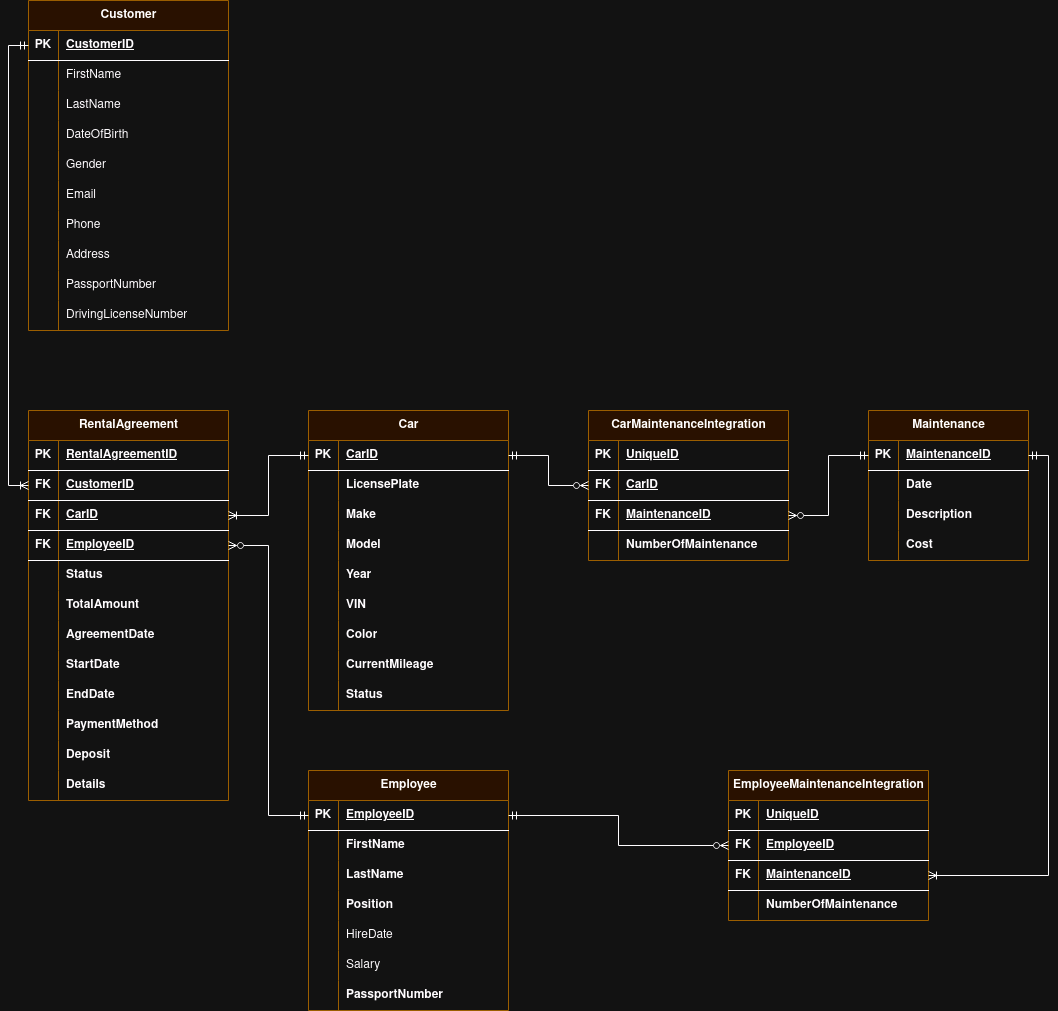
Above: logic_model.drawio.png in Dimkiss/MyDB (draw.io), before the change. Source tidied: cells renumbered, new cells last; positions are measured from the earlier drawing's top-left corner, leaving out a move shared by most shapes.
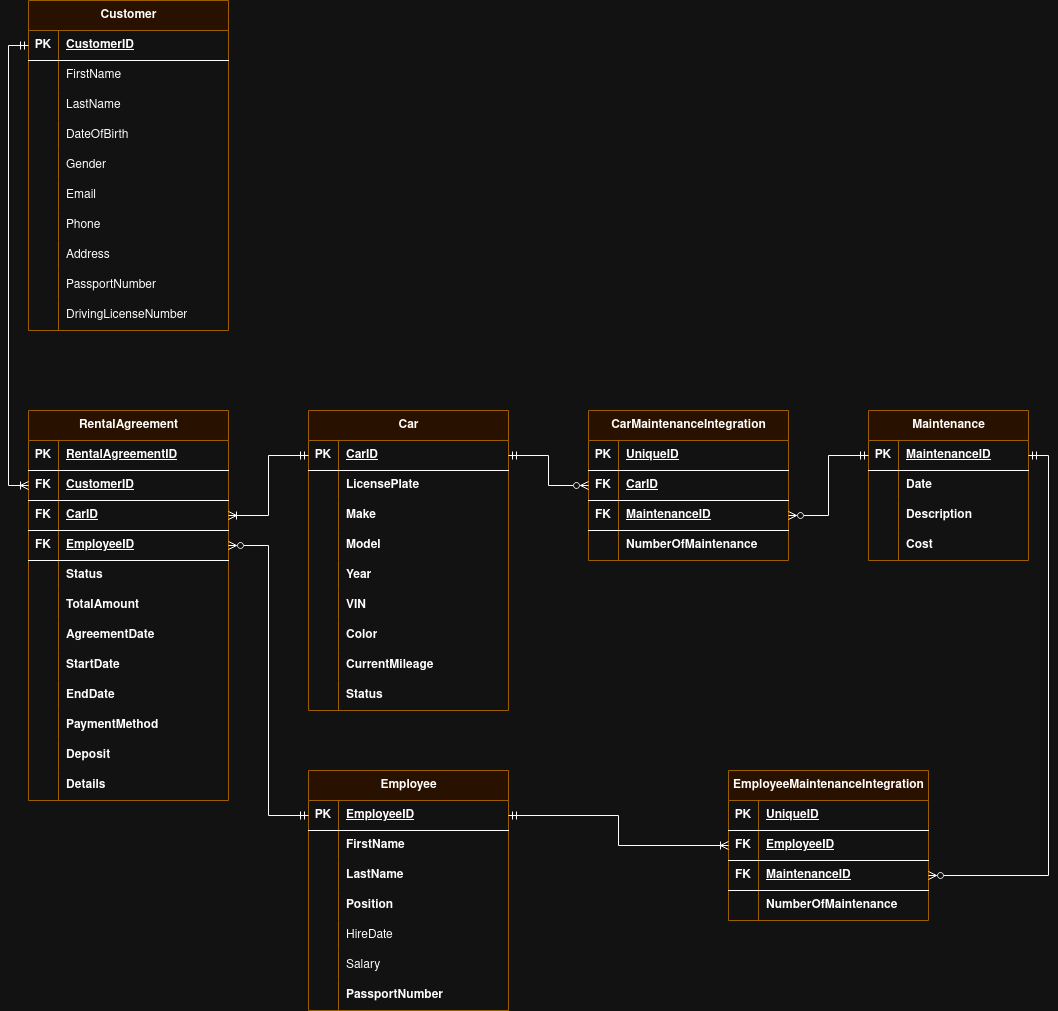
After the change.

The edit, as a diff of the source:
```diff
@@ -479,10 +479,10 @@
     <mxCell id="160" style="edgeStyle=orthogonalEdgeStyle;rounded=0;jettySize=auto;html=1;entryX=0;entryY=0.5;entryDx=0;entryDy=0;endArrow=ERzeroToMany;endFill=0;startArrow=ERmandOne;startFill=0;" parent="1" edge="1" source="132" target="74">
       <mxGeometry relative="1" as="geometry" />
     </mxCell>
-    <mxCell id="161" style="edgeStyle=orthogonalEdgeStyle;rounded=0;jettySize=auto;html=1;exitX=1;exitY=0.5;exitDx=0;exitDy=0;entryX=0;entryY=0.5;entryDx=0;entryDy=0;startArrow=ERmandOne;startFill=0;endArrow=ERzeroToMany;endFill=0;" parent="1" edge="1" source="110" target="100">
+    <mxCell id="161" style="edgeStyle=orthogonalEdgeStyle;rounded=0;jettySize=auto;html=1;exitX=1;exitY=0.5;exitDx=0;exitDy=0;entryX=0;entryY=0.5;entryDx=0;entryDy=0;startArrow=ERmandOne;startFill=0;endArrow=ERoneToMany;endFill=0;" parent="1" edge="1" source="110" target="100">
       <mxGeometry relative="1" as="geometry" />
     </mxCell>
-    <mxCell id="162" style="edgeStyle=orthogonalEdgeStyle;rounded=0;jettySize=auto;html=1;exitX=1;exitY=0.5;exitDx=0;exitDy=0;entryX=1;entryY=0.5;entryDx=0;entryDy=0;endArrow=ERmandOne;endFill=0;startArrow=ERoneToMany;startFill=0;" parent="1" edge="1" source="103" target="84">
+    <mxCell id="162" style="edgeStyle=orthogonalEdgeStyle;rounded=0;jettySize=auto;html=1;exitX=1;exitY=0.5;exitDx=0;exitDy=0;entryX=1;entryY=0.5;entryDx=0;entryDy=0;endArrow=ERmandOne;endFill=0;startArrow=ERzeroToMany;startFill=0;" parent="1" edge="1" source="103" target="84">
       <mxGeometry relative="1" as="geometry" />
     </mxCell>
     <mxCell id="163" style="edgeStyle=orthogonalEdgeStyle;rounded=0;jettySize=auto;html=1;exitX=0;exitY=0.5;exitDx=0;exitDy=0;entryX=0;entryY=0.5;entryDx=0;entryDy=0;startArrow=ERmandOne;startFill=0;endArrow=ERoneToMany;endFill=0;" parent="1" edge="1" source="40" target="6">
```
